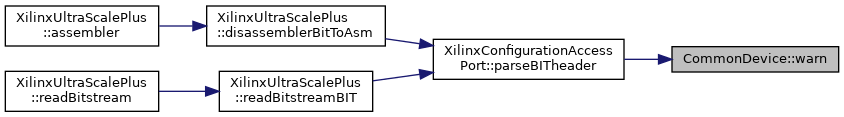
The Graphviz diagram classCommonDevice_aff50b99a44e085a1edb93cc9be817b8f_icgraph.png in FPGA-Research-Manchester/byteman, before a commit. Its source is kept beside it as classCommonDevice_aff50b99a44e085a1edb93cc9be817b8f_icgraph.dot.
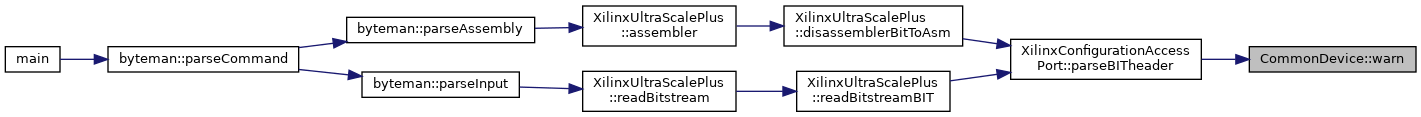
Above is the later version.

What changed in the source:
```diff
@@ -10,8 +10,17 @@
   Node3 [label="XilinxUltraScalePlus\l::disassemblerBitToAsm",height=0.2,width=0.4,color="black", fillcolor="white", style="filled",URL="$classXilinxUltraScalePlus.html#a54f9af4b6723a99c0b9e8e9c9b424d00",tooltip=" "];
   Node3 -> Node4 [dir="back",color="midnightblue",fontsize="10",style="solid",fontname="Helvetica"];
   Node4 [label="XilinxUltraScalePlus\l::assembler",height=0.2,width=0.4,color="black", fillcolor="white", style="filled",URL="$classXilinxUltraScalePlus.html#a53e5f6ec962f1f2a961f90b8b9e90e10",tooltip=" "];
-  Node2 -> Node5 [dir="back",color="midnightblue",fontsize="10",style="solid",fontname="Helvetica"];
-  Node5 [label="XilinxUltraScalePlus\l::readBitstreamBIT",height=0.2,width=0.4,color="black", fillcolor="white", style="filled",URL="$classXilinxUltraScalePlus.html#a62dea738808396d7d520f26d8e5594d2",tooltip=" "];
+  Node4 -> Node5 [dir="back",color="midnightblue",fontsize="10",style="solid",fontname="Helvetica"];
+  Node5 [label="byteman::parseAssembly",height=0.2,width=0.4,color="black", fillcolor="white", style="filled",URL="$classbyteman.html#a5e7f2e31d95626075a6ce22b54ecbbf8",tooltip=" "];
   Node5 -> Node6 [dir="back",color="midnightblue",fontsize="10",style="solid",fontname="Helvetica"];
-  Node6 [label="XilinxUltraScalePlus\l::readBitstream",height=0.2,width=0.4,color="black", fillcolor="white", style="filled",URL="$classXilinxUltraScalePlus.html#a0e5d08a2e5c37a29a1a04d50b48739d2",tooltip=" "];
+  Node6 [label="byteman::parseCommand",height=0.2,width=0.4,color="black", fillcolor="white", style="filled",URL="$classbyteman.html#a97ad2d6b20a10ddb0dd8d373159eea4e",tooltip=" "];
+  Node6 -> Node7 [dir="back",color="midnightblue",fontsize="10",style="solid",fontname="Helvetica"];
+  Node7 [label="main",height=0.2,width=0.4,color="black", fillcolor="white", style="filled",URL="$byteman_8cpp.html#a0ddf1224851353fc92bfbff6f499fa97",tooltip=" "];
+  Node2 -> Node8 [dir="back",color="midnightblue",fontsize="10",style="solid",fontname="Helvetica"];
+  Node8 [label="XilinxUltraScalePlus\l::readBitstreamBIT",height=0.2,width=0.4,color="black", fillcolor="white", style="filled",URL="$classXilinxUltraScalePlus.html#a62dea738808396d7d520f26d8e5594d2",tooltip=" "];
+  Node8 -> Node9 [dir="back",color="midnightblue",fontsize="10",style="solid",fontname="Helvetica"];
+  Node9 [label="XilinxUltraScalePlus\l::readBitstream",height=0.2,width=0.4,color="black", fillcolor="white", style="filled",URL="$classXilinxUltraScalePlus.html#a0e5d08a2e5c37a29a1a04d50b48739d2",tooltip=" "];
+  Node9 -> Node10 [dir="back",color="midnightblue",fontsize="10",style="solid",fontname="Helvetica"];
+  Node10 [label="byteman::parseInput",height=0.2,width=0.4,color="black", fillcolor="white", style="filled",URL="$classbyteman.html#ac217ac1dbc512bf44a70b147c0ceff04",tooltip=" "];
+  Node10 -> Node6 [dir="back",color="midnightblue",fontsize="10",style="solid",fontname="Helvetica"];
 }
```
